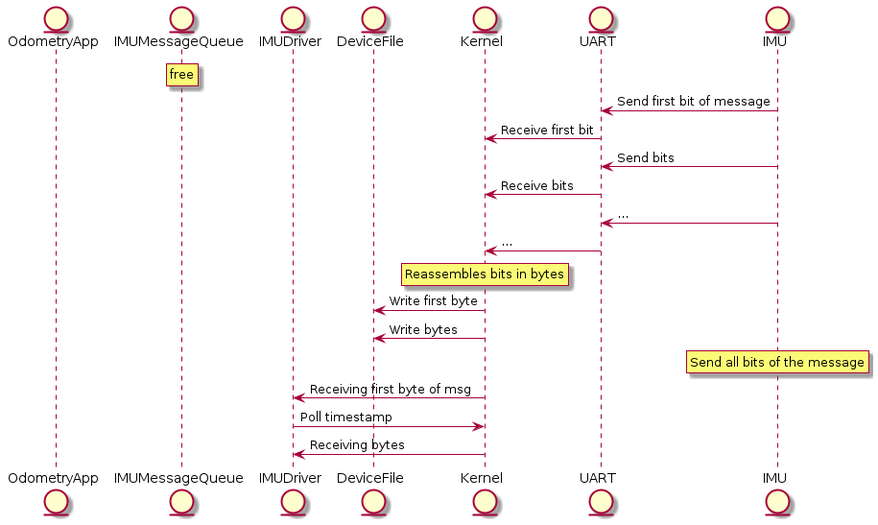
The PlantUML diagram documentation/requirements_engineering/diagrams/high_level_sys_overview.png in renn0xtek9/assignment, before a commit. Its diagram source:
```plantuml
@startuml

entity OdometryApp
entity IMUMessageQueue
entity IMUDriver
entity DeviceFile
entity Kernel
entity UART
entity IMU

rnote over IMUMessageQueue
    free
endrnote

IMU -> UART: Send first bit of message
UART -> Kernel: Receive first bit
IMU -> UART: Send bits
UART -> Kernel: Receive bits
IMU -> UART: ...
UART -> Kernel: ...

rnote over Kernel
    Reassembles bits in bytes
endrnote
Kernel -> DeviceFile: Write first byte
Kernel -> DeviceFile: Write bytes

rnote over IMU
    Send all bits of the message
endrnote

Kernel -> IMUDriver: Receiving first byte of msg
IMUDriver -> Kernel: Poll timestamp
Kernel -> IMUDriver: Receiving bytes



@enduml
```
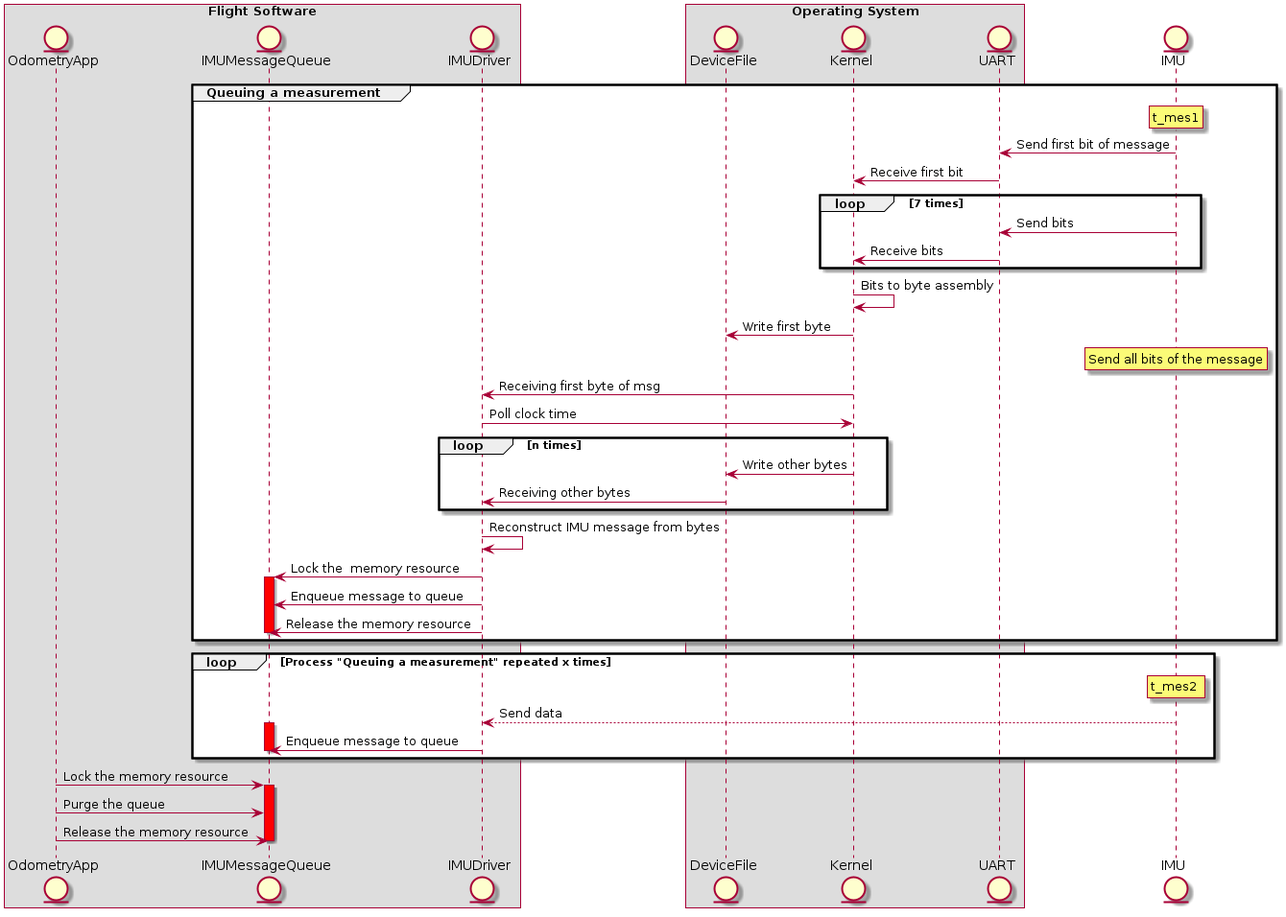
The same diagram one commit later.

Commit message:
high level system (#2)

What changed in the source:
```diff
@@ -1,38 +1,65 @@
 @startuml
+box Flight Software
+    entity OdometryApp
+    entity IMUMessageQueue
+    entity IMUDriver
+end box
 
-entity OdometryApp
-entity IMUMessageQueue
-entity IMUDriver
-entity DeviceFile
-entity Kernel
-entity UART
+box Operating System
+    entity DeviceFile
+    entity Kernel
+    entity UART
+end box
 entity IMU
 
-rnote over IMUMessageQueue
-    free
-endrnote
+group Queuing a measurement
+    rnote over IMU
+        t_mes1
+    endrnote
+    IMU -> UART: Send first bit of message
+    UART -> Kernel: Receive first bit
+    loop 7 times
+        IMU -> UART: Send bits
+        UART -> Kernel: Receive bits
+    end
 
-IMU -> UART: Send first bit of message
-UART -> Kernel: Receive first bit
-IMU -> UART: Send bits
-UART -> Kernel: Receive bits
-IMU -> UART: ...
-UART -> Kernel: ...
+    Kernel -> Kernel: Bits to byte assembly
 
-rnote over Kernel
-    Reassembles bits in bytes
-endrnote
-Kernel -> DeviceFile: Write first byte
-Kernel -> DeviceFile: Write bytes
+    Kernel -> DeviceFile: Write first byte
 
-rnote over IMU
-    Send all bits of the message
-endrnote
+    rnote over IMU
+        Send all bits of the message
+    endrnote
 
-Kernel -> IMUDriver: Receiving first byte of msg
-IMUDriver -> Kernel: Poll timestamp
-Kernel -> IMUDriver: Receiving bytes
+    Kernel -> IMUDriver: Receiving first byte of msg
+    IMUDriver -> Kernel: Poll clock time
+    loop n times
+        Kernel -> DeviceFile: Write other bytes
+        DeviceFile -> IMUDriver: Receiving other bytes
+    end
+    IMUDriver ->IMUDriver: Reconstruct IMU message from bytes
+    IMUDriver -> IMUMessageQueue: Lock the  memory resource
+    activate IMUMessageQueue #Red
+    IMUDriver -> IMUMessageQueue: Enqueue message to queue
+    IMUDriver -> IMUMessageQueue: Release the memory resource
+    deactivate IMUMessageQueue
+end
 
+loop Process "Queuing a measurement" repeated x times
+    rnote over IMU
+        t_mes2
+    endrnote
+    IMU --> IMUDriver: Send data
 
+    activate IMUMessageQueue #Red
+    IMUDriver -> IMUMessageQueue: Enqueue message to queue
+    deactivate IMUMessageQueue
+end
+
+OdometryApp -> IMUMessageQueue: Lock the memory resource
+activate IMUMessageQueue #Red
+OdometryApp -> IMUMessageQueue: Purge the queue
+OdometryApp -> IMUMessageQueue: Release the memory resource
+deactivate IMUMessageQueue
 
 @enduml
```
